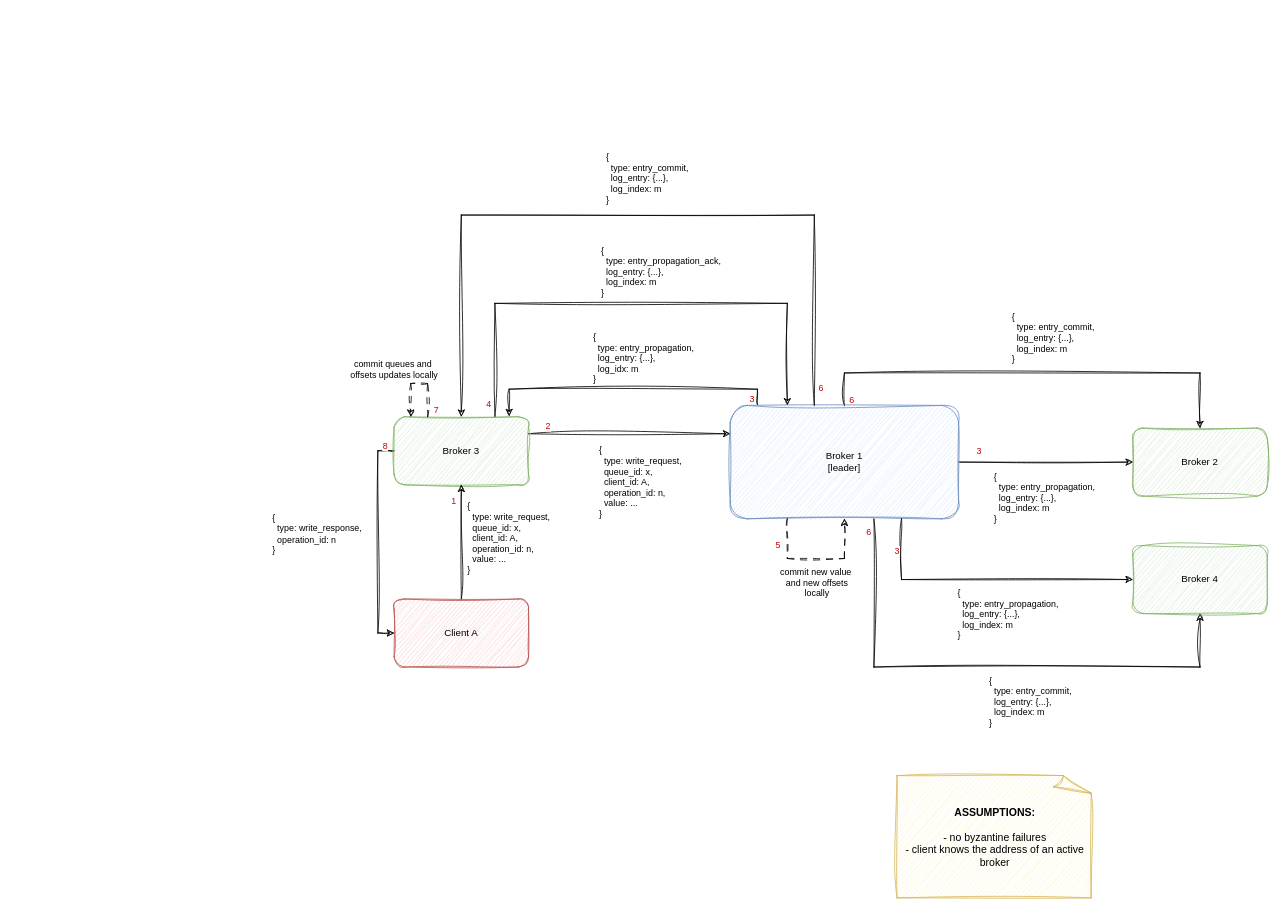
Earlier version of the draw.io diagram page "normal_op_write" (2 of 5) of artifacts/DS_Project.drawio (UobinoPino/Reliable-Queuing-System). Source tidied: cells renumbered, new cells numbered last; positions are measured from the earlier drawing's top-left corner, leaving out a move shared by most shapes. Both pictures are drawn from the tidied source at 81%, with x=0, y=0 at pixel (394, 215).
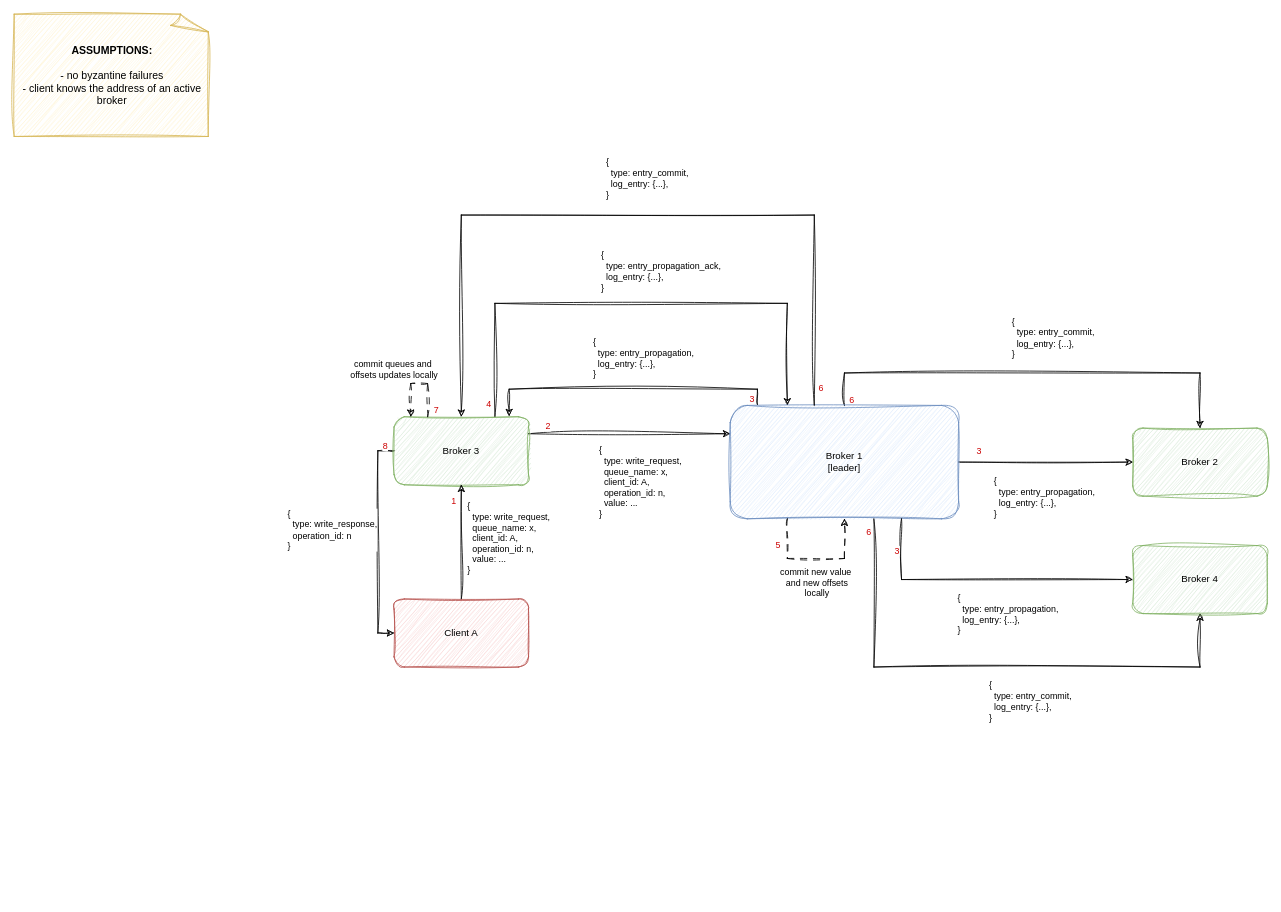
Above is the later version.

The change refers to these unchanged cells:
```xml
<mxCell id="2" style="edgeStyle=orthogonalEdgeStyle;rounded=0;jettySize=auto;html=1;entryX=0;entryY=0.25;entryDx=0;entryDy=0;sketch=1;curveFitting=1;jiggle=2;fontFamily=Excalifont;exitX=1;exitY=0.25;exitDx=0;exitDy=0;" parent="1" edge="1" source="12" target="29">
  <mxGeometry relative="1" as="geometry" />
</mxCell>
<mxCell id="6" style="edgeStyle=orthogonalEdgeStyle;shape=connector;rounded=0;sketch=1;jiggle=2;curveFitting=1;jettySize=auto;html=1;entryX=0;entryY=0.5;entryDx=0;entryDy=0;strokeColor=default;align=left;verticalAlign=middle;fontFamily=Excalifont;fontSize=11;fontColor=default;labelBackgroundColor=default;endArrow=classic;exitX=0;exitY=0.5;exitDx=0;exitDy=0;" parent="1" edge="1" source="12" target="16">
  <mxGeometry relative="1" as="geometry" />
</mxCell>
<mxCell id="9" style="edgeStyle=orthogonalEdgeStyle;shape=connector;rounded=0;sketch=1;jiggle=2;curveFitting=1;jettySize=auto;html=1;entryX=0.25;entryY=0;entryDx=0;entryDy=0;strokeColor=default;align=left;verticalAlign=middle;fontFamily=Excalifont;fontSize=11;fontColor=default;labelBackgroundColor=default;endArrow=classic;exitX=0.75;exitY=0;exitDx=0;exitDy=0;" parent="1" edge="1" source="12" target="29">
  <mxGeometry relative="1" as="geometry">
    <Array as="points">
      <mxPoint x="124" y="109" />
      <mxPoint x="486" y="109" />
    </Array>
  </mxGeometry>
</mxCell>
<mxCell id="13" style="edgeStyle=orthogonalEdgeStyle;rounded=0;jettySize=auto;html=1;entryX=0.5;entryY=1;entryDx=0;entryDy=0;sketch=1;curveFitting=1;jiggle=2;fontFamily=Excalifont;" parent="1" edge="1" source="16" target="12">
  <mxGeometry relative="1" as="geometry" />
</mxCell>
<mxCell id="17" style="edgeStyle=orthogonalEdgeStyle;shape=connector;rounded=0;sketch=1;jiggle=2;curveFitting=1;jettySize=auto;html=1;strokeColor=default;align=left;verticalAlign=middle;fontFamily=Excalifont;fontSize=11;fontColor=default;labelBackgroundColor=default;endArrow=classic;" parent="1" edge="1" source="29" target="33">
  <mxGeometry relative="1" as="geometry" />
</mxCell>
<mxCell id="20" style="edgeStyle=orthogonalEdgeStyle;rounded=0;jettySize=auto;html=1;entryX=0.5;entryY=1;entryDx=0;entryDy=0;exitX=0.629;exitY=1.001;exitDx=0;exitDy=0;exitPerimeter=0;sketch=1;curveFitting=1;jiggle=2;" parent="1" edge="1" source="29" target="34">
  <mxGeometry relative="1" as="geometry">
    <Array as="points">
      <mxPoint x="592" y="558" />
      <mxPoint x="995" y="558" />
    </Array>
  </mxGeometry>
</mxCell>
<mxCell id="23" style="edgeStyle=orthogonalEdgeStyle;shape=connector;rounded=0;sketch=1;jiggle=2;curveFitting=1;jettySize=auto;html=1;exitX=0.5;exitY=0;exitDx=0;exitDy=0;entryX=0.5;entryY=0;entryDx=0;entryDy=0;strokeColor=default;align=center;verticalAlign=middle;fontFamily=Helvetica;fontSize=11;fontColor=default;labelBackgroundColor=default;endArrow=classic;" parent="1" edge="1" source="29" target="33">
  <mxGeometry relative="1" as="geometry">
    <Array as="points">
      <mxPoint x="556" y="195" />
      <mxPoint x="995" y="195" />
    </Array>
  </mxGeometry>
</mxCell>
<mxCell id="26" style="edgeStyle=orthogonalEdgeStyle;shape=connector;rounded=0;sketch=1;jiggle=2;curveFitting=1;jettySize=auto;html=1;exitX=0.119;exitY=-0.007;exitDx=0;exitDy=0;entryX=0.856;entryY=-0.01;entryDx=0;entryDy=0;strokeColor=default;align=left;verticalAlign=middle;fontFamily=Excalifont;fontSize=11;fontColor=default;labelBackgroundColor=default;endArrow=classic;entryPerimeter=0;exitPerimeter=0;" parent="1" edge="1" source="29" target="12">
  <mxGeometry relative="1" as="geometry" />
</mxCell>
<mxCell id="35" style="edgeStyle=orthogonalEdgeStyle;shape=connector;rounded=0;sketch=1;jiggle=2;curveFitting=1;jettySize=auto;html=1;strokeColor=default;align=left;verticalAlign=middle;fontFamily=Excalifont;fontSize=11;fontColor=default;labelBackgroundColor=default;endArrow=classic;entryX=0;entryY=0.5;entryDx=0;entryDy=0;exitX=0.75;exitY=1;exitDx=0;exitDy=0;" parent="1" edge="1" source="29" target="34">
  <mxGeometry relative="1" as="geometry" />
</mxCell>
<mxCell id="39" style="edgeStyle=orthogonalEdgeStyle;shape=connector;rounded=0;sketch=1;jiggle=2;curveFitting=1;jettySize=auto;html=1;exitX=0.368;exitY=-0.002;exitDx=0;exitDy=0;strokeColor=default;align=center;verticalAlign=middle;fontFamily=Helvetica;fontSize=11;fontColor=default;labelBackgroundColor=default;endArrow=classic;exitPerimeter=0;entryX=0.5;entryY=0;entryDx=0;entryDy=0;" parent="1" edge="1" source="29" target="12">
  <mxGeometry relative="1" as="geometry">
    <Array as="points">
      <mxPoint x="519" />
      <mxPoint x="83" />
    </Array>
  </mxGeometry>
</mxCell>
```

What changed in the source:
```diff
@@
-    <mxCell id="4" value="&lt;div style=&quot;text-align: left;&quot;&gt;&lt;span style=&quot;font-family: Excalifont; background-color: light-dark(#ffffff, var(--ge-dark-color, #121212)); color: light-dark(rgb(0, 0, 0), rgb(255, 255, 255));&quot;&gt;{&lt;/span&gt;&lt;/div&gt;&lt;div style=&quot;text-align: left;&quot;&gt;&lt;font face=&quot;Excalifont&quot;&gt;&amp;nbsp; type: write_request,&lt;/font&gt;&lt;/div&gt;&lt;div style=&quot;text-align: left;&quot;&gt;&lt;font face=&quot;Excalifont&quot;&gt;&amp;nbsp; queue_id: x,&lt;br&gt;&lt;/font&gt;&lt;span style=&quot;font-family: Excalifont;&quot;&gt;&amp;nbsp; client_id: A,&lt;/span&gt;&lt;/div&gt;&lt;div style=&quot;text-align: left;&quot;&gt;&lt;font face=&quot;Excalifont&quot;&gt;&amp;nbsp; operation_id: n,&lt;/font&gt;&lt;/div&gt;&lt;div style=&quot;text-align: left;&quot;&gt;&lt;font face=&quot;Excalifont&quot;&gt;&amp;nbsp;&amp;nbsp;&lt;/font&gt;&lt;span style=&quot;font-family: Excalifont;&quot;&gt;value: ...&lt;/span&gt;&lt;font face=&quot;Excalifont&quot;&gt;&lt;br&gt;&lt;/font&gt;&lt;div&gt;&lt;font face=&quot;Excalifont&quot;&gt;}&lt;/font&gt;&lt;/div&gt;&lt;/div&gt;" style="edgeLabel;html=1;align=center;verticalAlign=middle;" parent="2" vertex="1">
+    <mxCell id="4" value="&lt;div style=&quot;text-align: left;&quot;&gt;&lt;span style=&quot;font-family: Excalifont; background-color: light-dark(#ffffff, var(--ge-dark-color, #121212)); color: light-dark(rgb(0, 0, 0), rgb(255, 255, 255));&quot;&gt;{&lt;/span&gt;&lt;/div&gt;&lt;div style=&quot;text-align: left;&quot;&gt;&lt;font face=&quot;Excalifont&quot;&gt;&amp;nbsp; type: write_request,&lt;/font&gt;&lt;/div&gt;&lt;div style=&quot;text-align: left;&quot;&gt;&lt;font face=&quot;Excalifont&quot;&gt;&amp;nbsp; queue_name: x,&lt;br&gt;&lt;/font&gt;&lt;span style=&quot;font-family: Excalifont;&quot;&gt;&amp;nbsp; client_id: A,&lt;/span&gt;&lt;/div&gt;&lt;div style=&quot;text-align: left;&quot;&gt;&lt;font face=&quot;Excalifont&quot;&gt;&amp;nbsp; operation_id: n,&lt;/font&gt;&lt;/div&gt;&lt;div style=&quot;text-align: left;&quot;&gt;&lt;font face=&quot;Excalifont&quot;&gt;&amp;nbsp;&amp;nbsp;&lt;/font&gt;&lt;span style=&quot;font-family: Excalifont;&quot;&gt;value: ...&lt;/span&gt;&lt;font face=&quot;Excalifont&quot;&gt;&lt;br&gt;&lt;/font&gt;&lt;div&gt;&lt;font face=&quot;Excalifont&quot;&gt;}&lt;/font&gt;&lt;/div&gt;&lt;/div&gt;" style="edgeLabel;html=1;align=center;verticalAlign=middle;" parent="2" vertex="1">
       <mxGeometry x="-0.29" y="1" relative="1" as="geometry">
         <mxPoint x="49" y="60" as="offset" />
       </mxGeometry>
     </mxCell>
@@
     <mxCell id="8" value="&lt;span style=&quot;&quot;&gt;{&lt;/span&gt;&lt;div style=&quot;&quot;&gt;&amp;nbsp; type: write_response,&lt;br&gt;&amp;nbsp; operation_id: n&lt;br&gt;&lt;div style=&quot;&quot;&gt;}&lt;/div&gt;&lt;/div&gt;" style="edgeLabel;html=1;align=left;verticalAlign=middle;rounded=1;sketch=1;jiggle=2;curveFitting=1;strokeColor=default;fontFamily=Excalifont;fontSize=11;fontColor=default;labelBackgroundColor=default;fillColor=default;" parent="6" vertex="1">
       <mxGeometry x="-0.14" y="4" relative="1" as="geometry">
-        <mxPoint x="-136" y="8" as="offset" />
+        <mxPoint x="-117" y="3" as="offset" />
       </mxGeometry>
     </mxCell>
@@
-    <mxCell id="11" value="{&amp;nbsp;&lt;div&gt;&amp;nbsp; type: entry_propagation_ack,&lt;/div&gt;&lt;div&gt;&amp;nbsp; log_entry: {...},&lt;/div&gt;&lt;div&gt;&amp;nbsp; log_index: m&lt;/div&gt;&lt;div&gt;}&lt;/div&gt;" style="edgeLabel;html=1;align=left;verticalAlign=middle;fontFamily=Excalifont;fontSize=11;fontColor=default;labelBackgroundColor=default;" parent="9" vertex="1">
+    <mxCell id="11" value="{&amp;nbsp;&lt;div&gt;&amp;nbsp; type: entry_propagation_ack,&lt;/div&gt;&lt;div&gt;&amp;nbsp; log_entry: {...},&lt;/div&gt;&lt;div&gt;}&lt;/div&gt;" style="edgeLabel;html=1;align=left;verticalAlign=middle;fontFamily=Excalifont;fontSize=11;fontColor=default;labelBackgroundColor=default;" parent="9" vertex="1">
       <mxGeometry x="-0.03" y="5" relative="1" as="geometry">
         <mxPoint x="-35" y="-35" as="offset" />
       </mxGeometry>
     </mxCell>
@@
-    <mxCell id="14" value="&lt;font face=&quot;Excalifont&quot;&gt;{&lt;/font&gt;&lt;div&gt;&lt;font face=&quot;Excalifont&quot;&gt;&amp;nbsp; type: write_request,&lt;/font&gt;&lt;/div&gt;&lt;div&gt;&lt;font face=&quot;Excalifont&quot;&gt;&amp;nbsp; queue_id: x,&lt;br&gt;&lt;/font&gt;&lt;span style=&quot;font-family: Excalifont;&quot;&gt;&amp;nbsp; client_id: A,&lt;/span&gt;&lt;/div&gt;&lt;div&gt;&lt;font face=&quot;Excalifont&quot;&gt;&amp;nbsp; operation_id: n,&lt;/font&gt;&lt;/div&gt;&lt;div&gt;&lt;font face=&quot;Excalifont&quot;&gt;&amp;nbsp;&amp;nbsp;&lt;/font&gt;&lt;span style=&quot;font-family: Excalifont;&quot;&gt;value: ...&lt;/span&gt;&lt;font face=&quot;Excalifont&quot;&gt;&lt;br&gt;&lt;/font&gt;&lt;div&gt;&lt;font face=&quot;Excalifont&quot;&gt;}&lt;/font&gt;&lt;/div&gt;&lt;/div&gt;" style="edgeLabel;html=1;align=left;verticalAlign=middle;" parent="13" vertex="1">
+    <mxCell id="14" value="&lt;font face=&quot;Excalifont&quot;&gt;{&lt;/font&gt;&lt;div&gt;&lt;font face=&quot;Excalifont&quot;&gt;&amp;nbsp; type: write_request,&lt;/font&gt;&lt;/div&gt;&lt;div&gt;&lt;font face=&quot;Excalifont&quot;&gt;&amp;nbsp; queue_name: x,&lt;br&gt;&lt;/font&gt;&lt;span style=&quot;font-family: Excalifont;&quot;&gt;&amp;nbsp; client_id: A,&lt;/span&gt;&lt;/div&gt;&lt;div&gt;&lt;font face=&quot;Excalifont&quot;&gt;&amp;nbsp; operation_id: n,&lt;/font&gt;&lt;/div&gt;&lt;div&gt;&lt;font face=&quot;Excalifont&quot;&gt;&amp;nbsp;&amp;nbsp;&lt;/font&gt;&lt;span style=&quot;font-family: Excalifont;&quot;&gt;value: ...&lt;/span&gt;&lt;font face=&quot;Excalifont&quot;&gt;&lt;br&gt;&lt;/font&gt;&lt;div&gt;&lt;font face=&quot;Excalifont&quot;&gt;}&lt;/font&gt;&lt;/div&gt;&lt;/div&gt;" style="edgeLabel;html=1;align=left;verticalAlign=middle;" parent="13" vertex="1">
       <mxGeometry x="0.22" relative="1" as="geometry">
         <mxPoint x="6" y="10" as="offset" />
       </mxGeometry>
     </mxCell>
@@
-    <mxCell id="18" value="{&lt;div&gt;&amp;nbsp; type: entry_propagation,&lt;br&gt;&amp;nbsp; log_entry: {...},&lt;br&gt;&amp;nbsp; log_index: m&lt;br&gt;}&lt;/div&gt;" style="edgeLabel;html=1;align=left;verticalAlign=middle;rounded=1;sketch=1;jiggle=2;curveFitting=1;strokeColor=default;fontFamily=Excalifont;fontSize=11;fontColor=default;labelBackgroundColor=default;fillColor=default;" parent="17" vertex="1">
+    <mxCell id="18" value="{&lt;div&gt;&amp;nbsp; type: entry_propagation,&lt;br&gt;&amp;nbsp; log_entry: {...},&lt;br&gt;}&lt;/div&gt;" style="edgeLabel;html=1;align=left;verticalAlign=middle;rounded=1;sketch=1;jiggle=2;curveFitting=1;strokeColor=default;fontFamily=Excalifont;fontSize=11;fontColor=default;labelBackgroundColor=default;fillColor=default;" parent="17" vertex="1">
       <mxGeometry x="0.09" y="1" relative="1" as="geometry">
         <mxPoint x="-75" y="44" as="offset" />
       </mxGeometry>
     </mxCell>
@@
-    <mxCell id="22" value="&lt;font face=&quot;Excalifont&quot;&gt;{&lt;/font&gt;&lt;div&gt;&lt;font face=&quot;Excalifont&quot;&gt;&amp;nbsp; type: entry_commit,&lt;/font&gt;&lt;/div&gt;&lt;div&gt;&lt;font face=&quot;Excalifont&quot;&gt;&amp;nbsp; log_entry: {...},&lt;/font&gt;&lt;/div&gt;&lt;div&gt;&lt;font face=&quot;Excalifont&quot;&gt;&amp;nbsp; log_index: m&lt;br&gt;&lt;/font&gt;&lt;div&gt;&lt;font face=&quot;Excalifont&quot;&gt;}&lt;/font&gt;&lt;/div&gt;&lt;/div&gt;" style="edgeLabel;html=1;align=left;verticalAlign=middle;" parent="20" vertex="1">
+    <mxCell id="22" value="&lt;font face=&quot;Excalifont&quot;&gt;{&lt;/font&gt;&lt;div&gt;&lt;font face=&quot;Excalifont&quot;&gt;&amp;nbsp; type: entry_commit,&lt;/font&gt;&lt;/div&gt;&lt;div&gt;&lt;font face=&quot;Excalifont&quot;&gt;&amp;nbsp; log_entry: {...},&lt;/font&gt;&lt;/div&gt;&lt;div&gt;&lt;div&gt;&lt;font face=&quot;Excalifont&quot;&gt;}&lt;/font&gt;&lt;/div&gt;&lt;/div&gt;" style="edgeLabel;html=1;align=left;verticalAlign=middle;" parent="20" vertex="1">
       <mxGeometry x="0.14" relative="1" as="geometry">
         <mxPoint x="-48" y="42" as="offset" />
       </mxGeometry>
     </mxCell>
@@
-    <mxCell id="24" value="&lt;font face=&quot;Excalifont&quot;&gt;{&lt;/font&gt;&lt;div&gt;&lt;font face=&quot;Excalifont&quot;&gt;&amp;nbsp; type: entry_commit,&lt;/font&gt;&lt;/div&gt;&lt;div&gt;&lt;font face=&quot;Excalifont&quot;&gt;&amp;nbsp; log_entry: {...},&lt;/font&gt;&lt;/div&gt;&lt;div&gt;&lt;font face=&quot;Excalifont&quot;&gt;&amp;nbsp; log_index: m&lt;br&gt;&lt;/font&gt;&lt;div&gt;&lt;font face=&quot;Excalifont&quot;&gt;}&lt;/font&gt;&lt;/div&gt;&lt;/div&gt;" style="edgeLabel;html=1;align=left;verticalAlign=middle;fontFamily=Helvetica;fontSize=11;fontColor=default;labelBackgroundColor=default;" parent="23" vertex="1">
+    <mxCell id="24" value="&lt;font face=&quot;Excalifont&quot;&gt;{&lt;/font&gt;&lt;div&gt;&lt;font face=&quot;Excalifont&quot;&gt;&amp;nbsp; type: entry_commit,&lt;/font&gt;&lt;/div&gt;&lt;div&gt;&lt;font face=&quot;Excalifont&quot;&gt;&amp;nbsp; log_entry: {...},&lt;/font&gt;&lt;/div&gt;&lt;div&gt;&lt;div&gt;&lt;font face=&quot;Excalifont&quot;&gt;}&lt;/font&gt;&lt;/div&gt;&lt;/div&gt;" style="edgeLabel;html=1;align=left;verticalAlign=middle;fontFamily=Helvetica;fontSize=11;fontColor=default;labelBackgroundColor=default;" parent="23" vertex="1">
       <mxGeometry x="-0.07" y="-4" relative="1" as="geometry">
         <mxPoint x="-9" y="-48" as="offset" />
       </mxGeometry>
     </mxCell>
@@
-    <mxCell id="27" value="&lt;span style=&quot;&quot;&gt;{&lt;/span&gt;&lt;div style=&quot;&quot;&gt;&amp;nbsp; type: entry_propagation,&lt;br&gt;&amp;nbsp; log_entry: {...},&lt;br&gt;&amp;nbsp; log_idx: m&lt;br&gt;}&lt;/div&gt;" style="edgeLabel;html=1;align=left;verticalAlign=middle;fontFamily=Excalifont;fontSize=11;fontColor=default;labelBackgroundColor=default;" parent="26" vertex="1">
+    <mxCell id="27" value="&lt;span style=&quot;&quot;&gt;{&lt;/span&gt;&lt;div style=&quot;&quot;&gt;&amp;nbsp; type: entry_propagation,&lt;br&gt;&amp;nbsp; log_entry: {...},&lt;br&gt;}&lt;/div&gt;" style="edgeLabel;html=1;align=left;verticalAlign=middle;fontFamily=Excalifont;fontSize=11;fontColor=default;labelBackgroundColor=default;" parent="26" vertex="1">
       <mxGeometry x="0.17" y="1" relative="1" as="geometry">
         <mxPoint x="-14" y="-40" as="offset" />
       </mxGeometry>
     </mxCell>
@@
-    <mxCell id="36" value="{&lt;div&gt;&amp;nbsp; type: entry_propagation,&lt;br&gt;&amp;nbsp; log_entry: {...},&lt;br&gt;&amp;nbsp; log_index: m&lt;br&gt;}&lt;/div&gt;" style="edgeLabel;html=1;align=left;verticalAlign=middle;rounded=1;sketch=1;jiggle=2;curveFitting=1;strokeColor=default;fontFamily=Excalifont;fontSize=11;fontColor=default;labelBackgroundColor=default;fillColor=default;" parent="35" vertex="1">
+    <mxCell id="36" value="{&lt;div&gt;&amp;nbsp; type: entry_propagation,&lt;br&gt;&amp;nbsp; log_entry: {...},&lt;br&gt;}&lt;/div&gt;" style="edgeLabel;html=1;align=left;verticalAlign=middle;rounded=1;sketch=1;jiggle=2;curveFitting=1;strokeColor=default;fontFamily=Excalifont;fontSize=11;fontColor=default;labelBackgroundColor=default;fillColor=default;" parent="35" vertex="1">
       <mxGeometry x="0.09" y="1" relative="1" as="geometry">
         <mxPoint x="-54" y="43" as="offset" />
       </mxGeometry>
     </mxCell>
@@
     <mxCell id="38" value="&lt;b&gt;ASSUMPTIONS:&lt;/b&gt;&lt;div&gt;&lt;span style=&quot;background-color: transparent; color: light-dark(rgb(0, 0, 0), rgb(255, 255, 255));&quot;&gt;&lt;br&gt;&lt;/span&gt;&lt;/div&gt;&lt;div&gt;&lt;span style=&quot;background-color: transparent; color: light-dark(rgb(0, 0, 0), rgb(255, 255, 255));&quot;&gt;- no byzantine failures&lt;/span&gt;&lt;br&gt;&lt;/div&gt;&lt;div&gt;&lt;span style=&quot;background-color: transparent; color: light-dark(rgb(0, 0, 0), rgb(255, 255, 255));&quot;&gt;- client knows the address of an active broker&lt;/span&gt;&lt;/div&gt;" style="whiteSpace=wrap;html=1;shape=mxgraph.basic.document;rounded=1;sketch=1;jiggle=2;curveFitting=1;strokeColor=#d6b656;align=center;verticalAlign=middle;fontFamily=Excalifont;fontSize=13;labelBackgroundColor=none;fillColor=#fff2cc;spacing=10;" parent="1" vertex="1">
-      <mxGeometry x="621" y="692" width="242" height="151" as="geometry" />
+      <mxGeometry x="-469" y="-248" width="242" height="151" as="geometry" />
     </mxCell>
@@
-    <mxCell id="40" value="&lt;font face=&quot;Excalifont&quot;&gt;{&lt;/font&gt;&lt;div&gt;&lt;font face=&quot;Excalifont&quot;&gt;&amp;nbsp; type: entry_commit,&lt;/font&gt;&lt;/div&gt;&lt;div&gt;&lt;font face=&quot;Excalifont&quot;&gt;&amp;nbsp; log_entry: {...},&lt;/font&gt;&lt;/div&gt;&lt;div&gt;&lt;font face=&quot;Excalifont&quot;&gt;&amp;nbsp; log_index: m&lt;br&gt;&lt;/font&gt;&lt;div&gt;&lt;font face=&quot;Excalifont&quot;&gt;}&lt;/font&gt;&lt;/div&gt;&lt;/div&gt;" style="edgeLabel;html=1;align=left;verticalAlign=middle;fontFamily=Helvetica;fontSize=11;fontColor=default;labelBackgroundColor=default;" parent="39" vertex="1">
+    <mxCell id="40" value="&lt;font face=&quot;Excalifont&quot;&gt;{&lt;/font&gt;&lt;div&gt;&lt;font face=&quot;Excalifont&quot;&gt;&amp;nbsp; type: entry_commit,&lt;/font&gt;&lt;/div&gt;&lt;div&gt;&lt;font face=&quot;Excalifont&quot;&gt;&amp;nbsp; log_entry: {...},&lt;/font&gt;&lt;/div&gt;&lt;div&gt;&lt;div&gt;&lt;font face=&quot;Excalifont&quot;&gt;}&lt;/font&gt;&lt;/div&gt;&lt;/div&gt;" style="edgeLabel;html=1;align=left;verticalAlign=middle;fontFamily=Helvetica;fontSize=11;fontColor=default;labelBackgroundColor=default;" parent="39" vertex="1">
       <mxGeometry x="-0.07" y="-4" relative="1" as="geometry">
         <mxPoint x="-66" y="-42" as="offset" />
       </mxGeometry>
     </mxCell>
```
